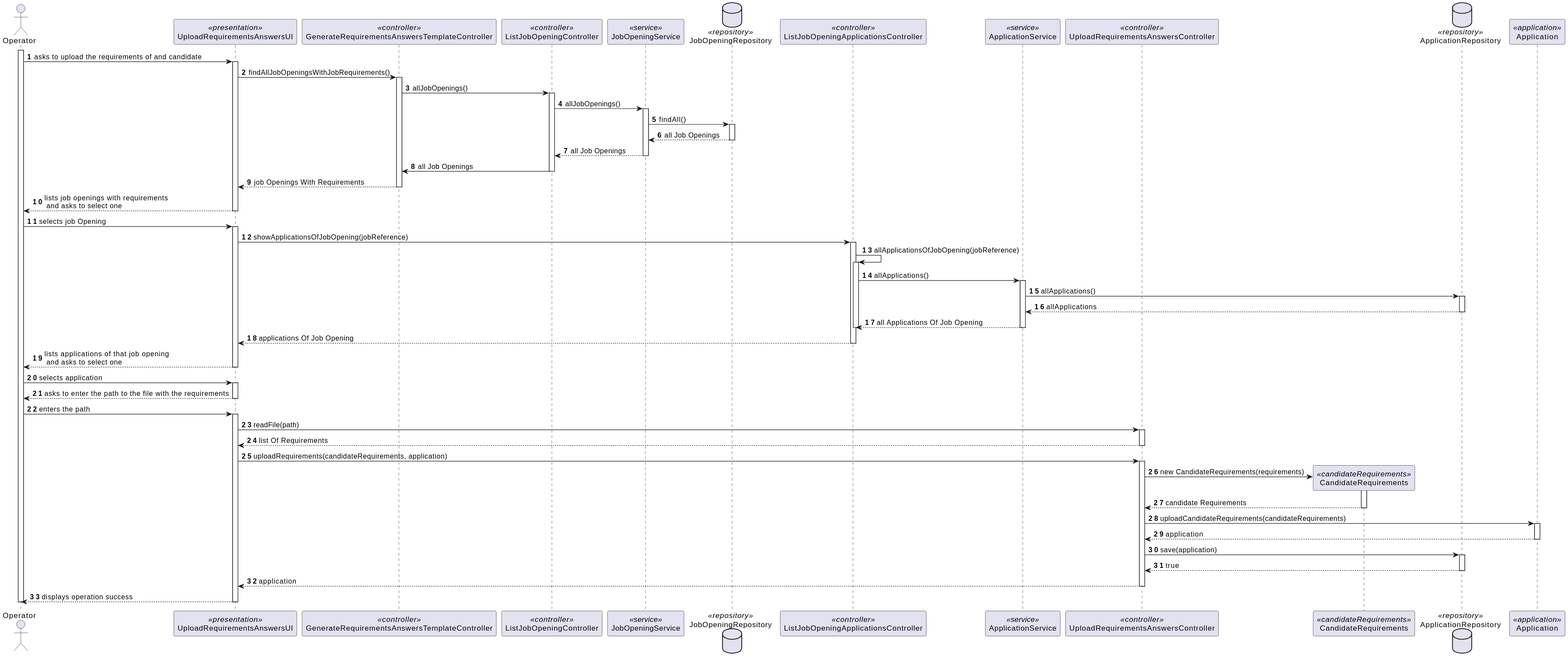
Above: docs/SprintC/8-upload-requirements/sequence-diagram.svg in MiguelCardoso77/LAPR4 (PlantUML), before the change. The source it was exported from:
```plantuml
@startuml
autonumber

actor Operator

participant UploadRequirementsAnswersUI <<presentation>>
participant GenerateRequirementsAnswersTemplateController <<controller>>
participant ListJobOpeningController <<controller>>
participant JobOpeningService <<service>>
database    JobOpeningRepository <<repository>>
participant ListJobOpeningApplicationsController <<controller>>
participant ApplicationService <<service>>
participant UploadRequirementsAnswersController <<controller>>
participant CandidateRequirements <<candidateRequirements>>
database ApplicationRepository <<repository>>

participant Application <<application>>


activate Operator

    Operator -> UploadRequirementsAnswersUI : asks to upload the requirements of and candidate
    activate UploadRequirementsAnswersUI

        UploadRequirementsAnswersUI -> GenerateRequirementsAnswersTemplateController : findAllJobOpeningsWithJobRequirements()
        activate GenerateRequirementsAnswersTemplateController

            GenerateRequirementsAnswersTemplateController -> ListJobOpeningController : allJobOpenings()
            activate ListJobOpeningController

                ListJobOpeningController -> JobOpeningService : allJobOpenings()
                activate JobOpeningService

                    JobOpeningService -> JobOpeningRepository : findAll()
                    activate JobOpeningRepository

                        JobOpeningRepository --> JobOpeningService : all Job Openings
                    deactivate JobOpeningRepository

                    JobOpeningService --> ListJobOpeningController : all Job Openings
                deactivate JobOpeningService

                ListJobOpeningController -> GenerateRequirementsAnswersTemplateController : all Job Openings
            deactivate ListJobOpeningController

            GenerateRequirementsAnswersTemplateController --> UploadRequirementsAnswersUI : job Openings With Requirements
        deactivate GenerateRequirementsAnswersTemplateController

        UploadRequirementsAnswersUI --> Operator : lists job openings with requirements \n and asks to select one
    deactivate UploadRequirementsAnswersUI

    Operator -> UploadRequirementsAnswersUI : selects job Opening
    activate UploadRequirementsAnswersUI

        UploadRequirementsAnswersUI -> ListJobOpeningApplicationsController : showApplicationsOfJobOpening(jobReference)
        activate ListJobOpeningApplicationsController

            ListJobOpeningApplicationsController -> ListJobOpeningApplicationsController : allApplicationsOfJobOpening(jobReference)
            activate ListJobOpeningApplicationsController

                ListJobOpeningApplicationsController -> ApplicationService : allApplications()
                activate ApplicationService

                    ApplicationService -> ApplicationRepository : allApplications()
                    activate ApplicationRepository

                        ApplicationRepository --> ApplicationService : allApplications
                    deactivate ApplicationRepository

                    ApplicationService --> ListJobOpeningApplicationsController : all Applications Of Job Opening
                deactivate ApplicationService
            deactivate ListJobOpeningApplicationsController

            ListJobOpeningApplicationsController --> UploadRequirementsAnswersUI : applications Of Job Opening
        deactivate ListJobOpeningApplicationsController

        UploadRequirementsAnswersUI --> Operator : lists applications of that job opening \n and asks to select one
    deactivate UploadRequirementsAnswersUI

    Operator -> UploadRequirementsAnswersUI : selects application
    activate UploadRequirementsAnswersUI

        UploadRequirementsAnswersUI --> Operator : asks to enter the path to the file with the requirements
    deactivate UploadRequirementsAnswersUI

    Operator -> UploadRequirementsAnswersUI : enters the path
    activate UploadRequirementsAnswersUI

        UploadRequirementsAnswersUI -> UploadRequirementsAnswersController : readFile(path)
        activate UploadRequirementsAnswersController

            UploadRequirementsAnswersController --> UploadRequirementsAnswersUI : list Of Requirements
        deactivate UploadRequirementsAnswersController

        UploadRequirementsAnswersUI -> UploadRequirementsAnswersController : uploadRequirements(candidateRequirements, application)
        activate UploadRequirementsAnswersController

            UploadRequirementsAnswersController -> CandidateRequirements** : new CandidateRequirements(requirements)
            activate CandidateRequirements

                CandidateRequirements --> UploadRequirementsAnswersController : candidate Requirements
            deactivate CandidateRequirements

            UploadRequirementsAnswersController -> Application : uploadCandidateRequirements(candidateRequirements)
            activate Application

                Application --> UploadRequirementsAnswersController : application
            deactivate Application

            UploadRequirementsAnswersController -> ApplicationRepository : save(application)
            activate ApplicationRepository

                ApplicationRepository --> UploadRequirementsAnswersController : true
            deactivate ApplicationRepository

            UploadRequirementsAnswersController --> UploadRequirementsAnswersUI : application
        deactivate UploadRequirementsAnswersController

        UploadRequirementsAnswersUI --> Operator : displays operation success
    deactivate UploadRequirementsAnswersUI

deactivate Operator
@enduml
```
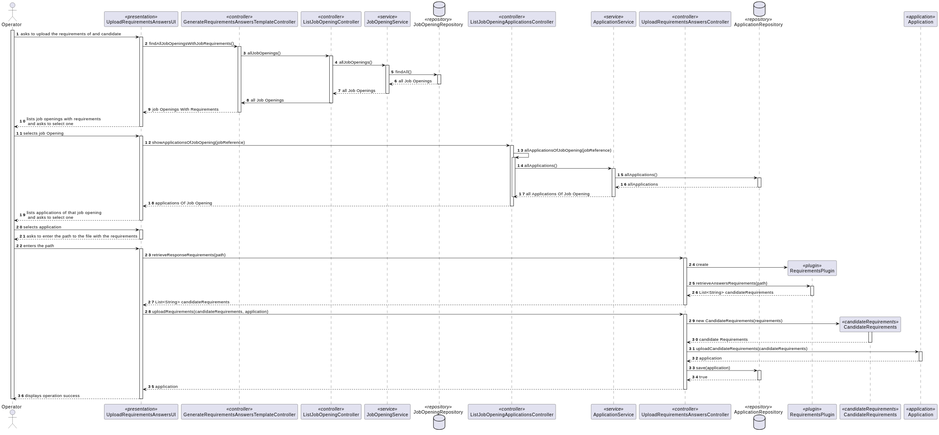
The same diagram one commit later.

Commit message:
sequence diagram update for upload candidate requirements #34

The edit, as a diff of the source:
```diff
@@ -11,8 +11,9 @@
 participant ListJobOpeningApplicationsController <<controller>>
 participant ApplicationService <<service>>
 participant UploadRequirementsAnswersController <<controller>>
+database ApplicationRepository <<repository>>
+participant RequirementsPlugin <<plugin>>
 participant CandidateRequirements <<candidateRequirements>>
-database ApplicationRepository <<repository>>
 
 participant Application <<application>>
 
@@ -86,10 +87,17 @@
     Operator -> UploadRequirementsAnswersUI : enters the path
     activate UploadRequirementsAnswersUI
 
-        UploadRequirementsAnswersUI -> UploadRequirementsAnswersController : readFile(path)
+        UploadRequirementsAnswersUI -> UploadRequirementsAnswersController : retrieveResponseRequirements(path)
         activate UploadRequirementsAnswersController
 
-            UploadRequirementsAnswersController --> UploadRequirementsAnswersUI : list Of Requirements
+            UploadRequirementsAnswersController -> RequirementsPlugin** : create
+            UploadRequirementsAnswersController -> RequirementsPlugin : retrieveAnswersRequirements(path)
+            activate RequirementsPlugin
+
+                RequirementsPlugin --> UploadRequirementsAnswersController : List<String> candidateRequirements
+            deactivate RequirementsPlugin
+
+            UploadRequirementsAnswersController --> UploadRequirementsAnswersUI : List<String> candidateRequirements
         deactivate UploadRequirementsAnswersController
 
         UploadRequirementsAnswersUI -> UploadRequirementsAnswersController : uploadRequirements(candidateRequirements, application)
```
